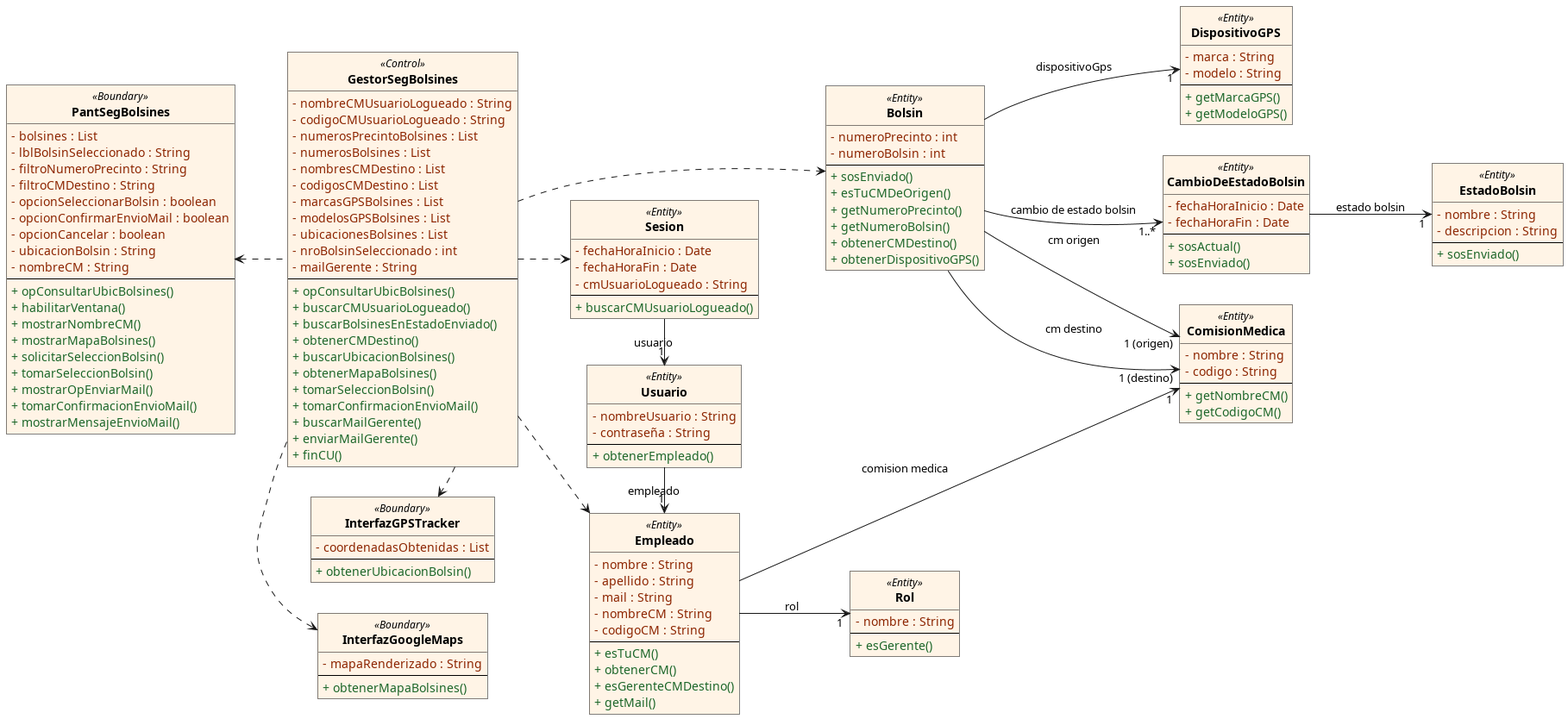
Above: out/DiagramaDeClases/DiagramaClasesSoporte.png in FabrizioRava/PPAI-2026-Grupo1 (PlantUML), before the change. Source of this version:
```plantuml
@startuml DiagramaClasesSoporte
skinparam classAttributeIconSize 0
skinparam monochrome false
skinparam shadowing false
skinparam roundcorner 0


skinparam class {
    BackgroundColor #FFF4E6
    BorderColor #000000
    LineColor #000000
    FontColor #000000
    FontName Arial
    FontSize 14
    FontStyle bold
    StereotypeFontColor #000000
    StereotypeFontStyle italic
}

skinparam stereotypeCFontColor #7F7F7F
skinparam stereotypeCFontSize 10

hide circle

class PantSegBolsines <<Boundary>> {
  <font color="#8C2400">- bolsines : List</font>
  <font color="#8C2400">- lblBolsinSeleccionado : String</font>
  <font color="#8C2400">- filtroNumeroPrecinto : String</font>
  <font color="#8C2400">- filtroCMDestino : String</font>
  <font color="#8C2400">- opcionSeleccionarBolsin : boolean</font>
  <font color="#8C2400">- opcionConfirmarEnvioMail : boolean</font>
  <font color="#8C2400">- opcionCancelar : boolean</font>
  <font color="#8C2400">- ubicacionBolsin : String</font>
  <font color="#8C2400">- nombreCM : String</font>
  --
  <font color="#1B6629">+ opConsultarUbicBolsines()</font>
  <font color="#1B6629">+ habilitarVentana()</font>
  <font color="#1B6629">+ mostrarNombreCM()</font>
  <font color="#1B6629">+ mostrarMapaBolsines()</font>
  <font color="#1B6629">+ solicitarSeleccionBolsin()</font>
  <font color="#1B6629">+ tomarSeleccionBolsin()</font>
  <font color="#1B6629">+ mostrarOpEnviarMail()</font>
  <font color="#1B6629">+ tomarConfirmacionEnvioMail()</font>
  <font color="#1B6629">+ mostrarMensajeEnvioMail()</font>
}

class GestorSegBolsines <<Control>> {
  <font color="#8C2400">- nombreCMUsuarioLogueado : String</font>
  <font color="#8C2400">- codigoCMUsuarioLogueado : String</font>
  <font color="#8C2400">- numerosPrecintoBolsines : List</font>
  <font color="#8C2400">- numerosBolsines : List</font>
  <font color="#8C2400">- nombresCMDestino : List</font>
  <font color="#8C2400">- codigosCMDestino : List</font>
  <font color="#8C2400">- marcasGPSBolsines : List</font>
  <font color="#8C2400">- modelosGPSBolsines : List</font>
  <font color="#8C2400">- ubicacionesBolsines : List</font>
  <font color="#8C2400">- nroBolsinSeleccionado : int</font>
  <font color="#8C2400">- mailGerente : String</font>
  --
  <font color="#1B6629">+ opConsultarUbicBolsines()</font>
  <font color="#1B6629">+ buscarCMUsuarioLogueado()</font>
  <font color="#1B6629">+ buscarBolsinesEnEstadoEnviado()</font>
  <font color="#1B6629">+ obtenerCMDestino()</font>
  <font color="#1B6629">+ buscarUbicacionBolsines()</font>
  <font color="#1B6629">+ obtenerMapaBolsines()</font>
  <font color="#1B6629">+ tomarSeleccionBolsin()</font>
  <font color="#1B6629">+ tomarConfirmacionEnvioMail()</font>
  <font color="#1B6629">+ buscarMailGerente()</font>
  <font color="#1B6629">+ enviarMailGerente()</font>
  <font color="#1B6629">+ finCU()</font>
}

class InterfazGPSTracker <<Boundary>> {
  <font color="#8C2400">- coordenadasObtenidas : List</font>
  --
  <font color="#1B6629">+ obtenerUbicacionBolsin()</font>
}

class InterfazGoogleMaps <<Boundary>> {
  <font color="#8C2400">- mapaRenderizado : String</font>
  --
  <font color="#1B6629">+ obtenerMapaBolsines()</font>
}

class DispositivoGPS <<Entity>> {
  <font color="#8C2400">- marca : String</font>
  <font color="#8C2400">- modelo : String</font>
  --
  <font color="#1B6629">+ getMarcaGPS()</font>
  <font color="#1B6629">+ getModeloGPS()</font>
}

class Sesion <<Entity>> {
  <font color="#8C2400">- fechaHoraInicio : Date</font>
  <font color="#8C2400">- fechaHoraFin : Date</font>
  <font color="#8C2400">- cmUsuarioLogueado : String</font>
  --
  <font color="#1B6629">+ buscarCMUsuarioLogueado()</font>
}

class Usuario <<Entity>> {
  <font color="#8C2400">- nombreUsuario : String</font>
  <font color="#8C2400">- contraseña : String</font>
  --
  <font color="#1B6629">+ obtenerEmpleado()</font>
}

class Empleado <<Entity>> {
  <font color="#8C2400">- nombre : String</font>
  <font color="#8C2400">- apellido : String</font>
  <font color="#8C2400">- mail : String</font>
  <font color="#8C2400">- nombreCM : String</font>
  <font color="#8C2400">- codigoCM : String</font>
  --
  <font color="#1B6629">+ esTuCM()</font>
  <font color="#1B6629">+ obtenerCM()</font>
  <font color="#1B6629">+ esGerenteCMDestino()</font>
  <font color="#1B6629">+ getMail()</font>
}

class Rol <<Entity>> {
  <font color="#8C2400">- nombre : String</font>
  --
  <font color="#1B6629">+ esGerente()</font>
}

class ComisionMedica <<Entity>> {
  <font color="#8C2400">- nombre : String</font>
  <font color="#8C2400">- codigo : String</font>
  --
  <font color="#1B6629">+ getNombreCM()</font>
  <font color="#1B6629">+ getCodigoCM()</font>
}

class Bolsin <<Entity>> {
  <font color="#8C2400">- numeroPrecinto : int</font>
  <font color="#8C2400">- numeroBolsin : int</font>
  --
  <font color="#1B6629">+ sosEnviado()</font>
  <font color="#1B6629">+ esTuCMDeOrigen()</font>
  <font color="#1B6629">+ getNumeroPrecinto()</font>
  <font color="#1B6629">+ getNumeroBolsin()</font>
  <font color="#1B6629">+ obtenerCMDestino()</font>
  <font color="#1B6629">+ obtenerDispositivoGPS()</font>
}

class CambioDeEstadoBolsin <<Entity>> {
  <font color="#8C2400">- fechaHoraInicio : Date</font>
  <font color="#8C2400">- fechaHoraFin : Date</font>
  --
  <font color="#1B6629">+ sosActual()</font>
  <font color="#1B6629">+ sosEnviado()</font>
}

class EstadoBolsin <<Entity>> {
  <font color="#8C2400">- nombre : String</font>
  <font color="#8C2400">- descripcion : String</font>
  --
  <font color="#1B6629">+ sosEnviado()</font>
}

left to right direction

PantSegBolsines <.. GestorSegBolsines

GestorSegBolsines ..> InterfazGPSTracker
GestorSegBolsines ..> InterfazGoogleMaps

GestorSegBolsines ..> Sesion
GestorSegBolsines ..> Empleado
GestorSegBolsines ..> Bolsin

Sesion -> "1" Usuario : usuario
Usuario -> "1" Empleado : empleado

Empleado --> "1" Rol : rol
Empleado ---> "1" ComisionMedica : comision medica

Bolsin --> "1 (origen)" ComisionMedica : cm origen
Bolsin --> "1 (destino)" ComisionMedica : cm destino
Bolsin --> "1" DispositivoGPS : dispositivoGps

Bolsin --> "1..*" CambioDeEstadoBolsin : cambio de estado bolsin
CambioDeEstadoBolsin --> "1" EstadoBolsin : estado bolsin


DispositivoGPS -[hidden]up-> Bolsin
Bolsin -[hidden]down-> CambioDeEstadoBolsin
InterfazGoogleMaps -[hidden]left-> GestorSegBolsines
InterfazGPSTracker -[hidden]left-> GestorSegBolsines
@enduml
```
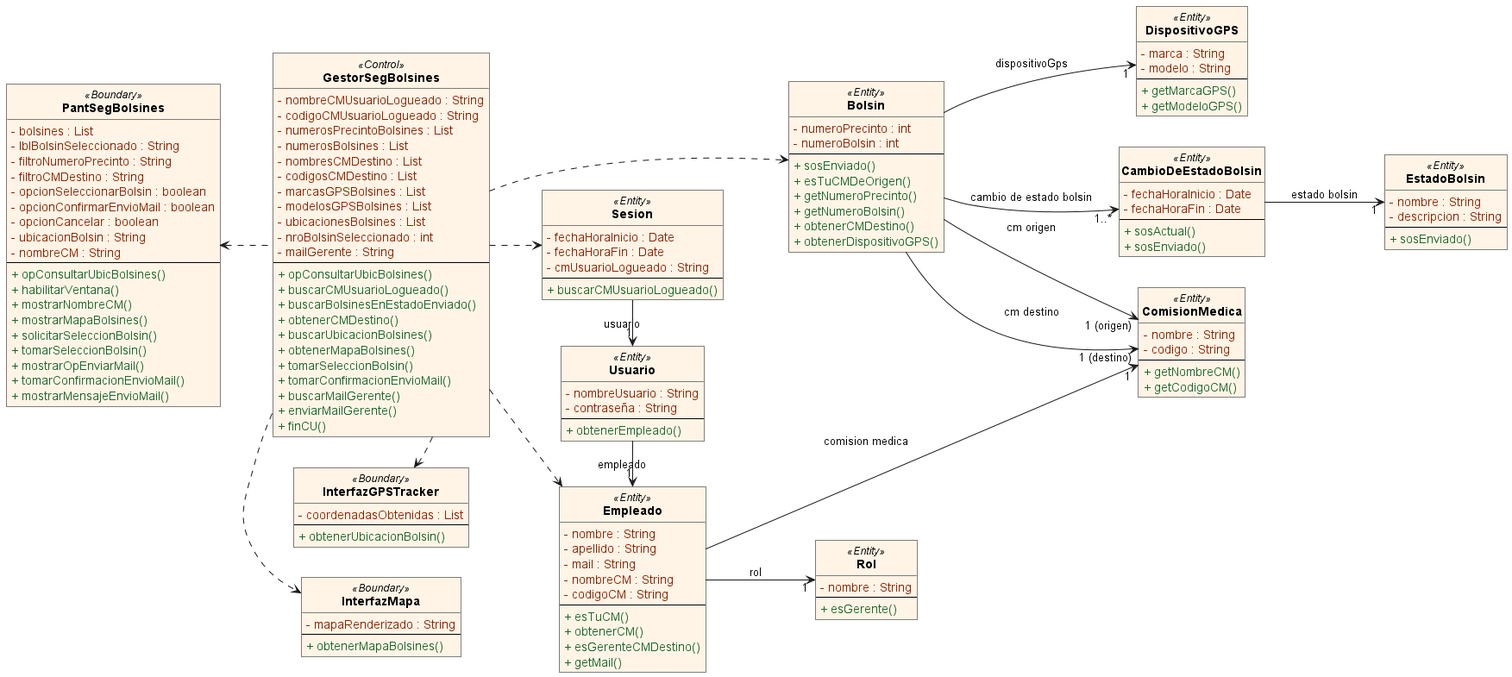
The same file after the commit.

Diff of the diagram source:
```diff
@@ -76,7 +76,7 @@
   <font color="#1B6629">+ obtenerUbicacionBolsin()</font>
 }
 
-class InterfazGoogleMaps <<Boundary>> {
+class InterfazMapa <<Boundary>> {
   <font color="#8C2400">- mapaRenderizado : String</font>
   --
   <font color="#1B6629">+ obtenerMapaBolsines()</font>
@@ -164,7 +164,7 @@
 PantSegBolsines <.. GestorSegBolsines
 
 GestorSegBolsines ..> InterfazGPSTracker
-GestorSegBolsines ..> InterfazGoogleMaps
+GestorSegBolsines ..> InterfazMapa
 
 GestorSegBolsines ..> Sesion
 GestorSegBolsines ..> Empleado
@@ -186,6 +186,6 @@
 
 DispositivoGPS -[hidden]up-> Bolsin
 Bolsin -[hidden]down-> CambioDeEstadoBolsin
-InterfazGoogleMaps -[hidden]left-> GestorSegBolsines
+InterfazMapa -[hidden]left-> GestorSegBolsines
 InterfazGPSTracker -[hidden]left-> GestorSegBolsines
 @enduml
```
